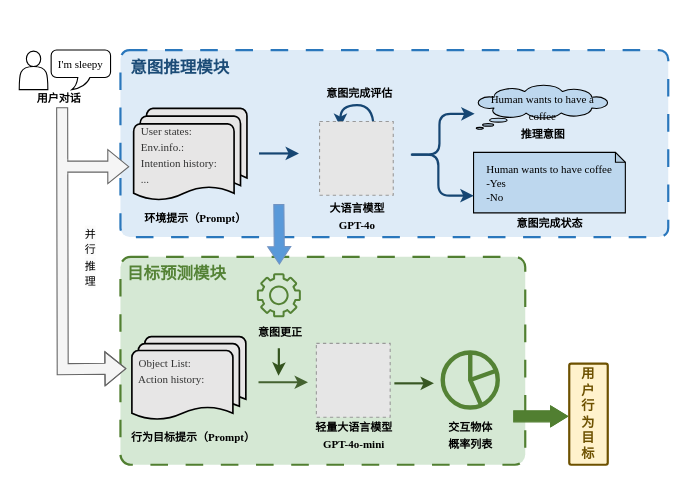
Above: 缺少迭代修正模块的框架.drawio in Rinco1018/project_test (draw.io), before the change. Source tidied: cells renumbered, new cells numbered last; positions are measured from the earlier drawing's top-left corner, leaving out a move shared by most shapes. Both pictures are drawn from the tidied source at 110%, with x=0, y=0 at pixel (19, 19). Pictures stored in the file or linked from it are replaced by grey dashed boxes.
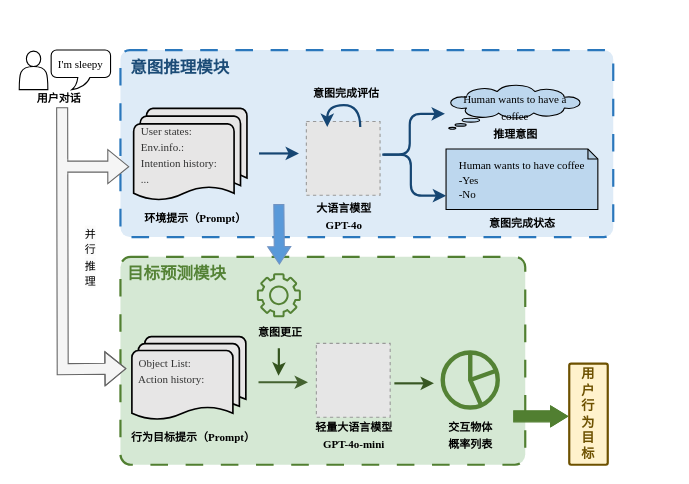
After the change.

Commit message (it also covers changes not shown here):
更新缺少迭代修正模块的框架.drawio

Diff of the diagram source:
```diff
@@
     <mxCell id="3" style="rounded=1;arcSize=5;whiteSpace=wrap;html=1;fillColor=light-dark(#deebf7, #1d293b);strokeColor=light-dark(#2a77bc, #5c79a3);strokeWidth=2;dashed=1;dashPattern=8 8;" parent="1" vertex="1">
-      <mxGeometry x="92" y="28" width="498" height="170" as="geometry" />
+      <mxGeometry x="92" y="28" width="448" height="170" as="geometry" />
     </mxCell>
@@
-    <mxCell id="12" style="group;fontStyle=4;" parent="1" vertex="1">
-      <mxGeometry x="258" y="63" width="149" height="165" as="geometry" />
-    </mxCell>
-    <mxCell id="13" style="group;fontStyle=0;strokeWidth=1;" parent="12" vertex="1">
-      <mxGeometry width="149" height="165" as="geometry" />
-    </mxCell>
-    <mxCell id="14" value="&lt;font style=&quot;font-size: 10px;&quot;&gt;&lt;font style=&quot;&quot; face=&quot;Times New Roman&quot;&gt;&lt;b style=&quot;&quot;&gt;大语言模型&lt;/b&gt;&lt;/font&gt;&lt;br&gt;&lt;/font&gt;&lt;div&gt;&lt;b&gt;&lt;font style=&quot;font-size: 10px;&quot; face=&quot;Times New Roman&quot;&gt;GPT-4o&lt;/font&gt;&lt;/b&gt;&lt;/div&gt;" style="text;html=1;align=center;verticalAlign=middle;strokeColor=none;fillColor=none;" parent="13" vertex="1">
-      <mxGeometry x="15" y="95" width="68" height="41" as="geometry" />
-    </mxCell>
-    <mxCell id="15" style="edgeStyle=orthogonalEdgeStyle;rounded=1;orthogonalLoop=1;jettySize=auto;html=1;fillColor=#1ba1e2;strokeColor=light-dark(#164673, #51afe7);curved=0;entryX=0.001;entryY=0.716;entryDx=0;entryDy=0;entryPerimeter=0;strokeWidth=2;" parent="13" edge="1">
-      <mxGeometry relative="1" as="geometry">
-        <mxPoint x="99" y="60" as="sourcePoint" />
-        <mxPoint x="156" y="23" as="targetPoint" />
-        <Array as="points">
-          <mxPoint x="124" y="60" />
-          <mxPoint x="124" y="23" />
-        </Array>
-      </mxGeometry>
-    </mxCell>
-    <mxCell id="16" style="curved=1;endArrow=classic;html=1;rounded=0;strokeWidth=2;strokeColor=light-dark(#164673, #ededed);" parent="13" edge="1">
-      <mxGeometry relative="1" as="geometry">
-        <mxPoint x="64" y="35" as="sourcePoint" />
-        <mxPoint x="34" y="35" as="targetPoint" />
-        <Array as="points">
-          <mxPoint x="64" y="15" />
-          <mxPoint x="34" y="15" />
-        </Array>
-      </mxGeometry>
-    </mxCell>
@@
     <mxCell id="21" style="fillColor=#E6E6E6;strokeColor=#999999;dashed=1;html=1;verticalAlign=top;verticalLabelPosition=bottom;labelBackgroundColor=#ffffff;" parent="1" vertex="1">
-      <mxGeometry x="273" y="93" width="67" height="67" as="geometry" />
+      <mxGeometry x="261" y="93" width="67" height="67" as="geometry" />
     </mxCell>
     <mxCell id="22" value="&lt;div style=&quot;text-align: center; line-height: 100%;&quot;&gt;&lt;span style=&quot;background-color: transparent; color: light-dark(rgb(0, 0, 0), rgb(255, 255, 255)); font-family: &amp;quot;Times New Roman&amp;quot;;&quot;&gt;&lt;font style=&quot;font-size: 10px;&quot;&gt;&amp;nbsp; &amp;nbsp; &lt;/font&gt;&lt;/span&gt;&lt;span style=&quot;background-color: transparent; color: light-dark(rgb(0, 0, 0), rgb(255, 255, 255)); font-family: &amp;quot;Times New Roman&amp;quot;; font-size: 10px;&quot;&gt;Human wants to have coffee&lt;/span&gt;&lt;/div&gt;&lt;div style=&quot;line-height: 100%;&quot;&gt;&lt;font style=&quot;font-size: 10px;&quot;&gt;&lt;span style=&quot;font-family: &amp;quot;Times New Roman&amp;quot;; background-color: transparent; color: light-dark(rgb(0, 0, 0), rgb(255, 255, 255));&quot;&gt;&amp;nbsp; &amp;nbsp; -Yes&lt;/span&gt;&lt;/font&gt;&lt;/div&gt;&lt;div style=&quot;line-height: 100%;&quot;&gt;&lt;font face=&quot;Times New Roman&quot;&gt;&lt;span style=&quot;font-size: 10px;&quot;&gt;&amp;nbsp; &amp;nbsp; -No&lt;/span&gt;&lt;/font&gt;&lt;/div&gt;" style="shape=note;whiteSpace=wrap;html=1;backgroundOutline=1;darkOpacity=0.05;align=left;size=9;fillColor=light-dark(#bdd7ee, #ededed);" parent="1" vertex="1">
-      <mxGeometry x="413" y="121" width="138" height="55" as="geometry" />
+      <mxGeometry x="388" y="118" width="138" height="55" as="geometry" />
     </mxCell>
-    <mxCell id="23" style="edgeStyle=orthogonalEdgeStyle;rounded=1;jettySize=auto;html=1;fillColor=#1ba1e2;strokeColor=light-dark(#164673, #51afe7);curved=0;entryX=0.001;entryY=0.716;entryDx=0;entryDy=0;entryPerimeter=0;strokeWidth=2;" parent="1" edge="1" target="22">
+    <mxCell id="23" style="edgeStyle=orthogonalEdgeStyle;rounded=1;orthogonalLoop=1;jettySize=auto;html=1;fillColor=#1ba1e2;strokeColor=light-dark(#164673, #51afe7);curved=0;entryX=0.001;entryY=0.716;entryDx=0;entryDy=0;entryPerimeter=0;strokeWidth=2;" parent="1" edge="1">
       <mxGeometry relative="1" as="geometry">
-        <mxPoint x="356" y="123" as="sourcePoint" />
+        <mxPoint x="331" y="123" as="sourcePoint" />
+        <mxPoint x="388.1" y="160.4" as="targetPoint" />
         <Array as="points">
-          <mxPoint x="381" y="123" />
-          <mxPoint x="381" y="160" />
+          <mxPoint x="356" y="123" />
+          <mxPoint x="356" y="160" />
         </Array>
       </mxGeometry>
     </mxCell>
@@
     <mxCell id="36" style="group;" parent="1" vertex="1">
-      <mxGeometry x="410.5" width="135" height="130" as="geometry" />
+      <mxGeometry x="385.5" width="135" height="130" as="geometry" />
     </mxCell>
@@
     <mxCell id="47" value="&lt;b&gt;&lt;font style=&quot;font-size: 10px;&quot; face=&quot;Times New Roman&quot;&gt;意图完成评估&lt;/font&gt;&lt;/b&gt;" style="text;html=1;align=center;verticalAlign=middle;strokeColor=none;fillColor=none;" parent="1" vertex="1">
-      <mxGeometry x="270.1" y="54" width="78" height="26" as="geometry" />
+      <mxGeometry x="258.1" y="54" width="78" height="26" as="geometry" />
     </mxCell>
     <mxCell id="48" value="&lt;b&gt;&lt;font style=&quot;font-size: 10px;&quot; face=&quot;Times New Roman&quot;&gt;意图完成状态&lt;/font&gt;&lt;/b&gt;" style="text;html=1;align=center;verticalAlign=middle;strokeColor=none;fillColor=none;" parent="1" vertex="1">
-      <mxGeometry x="443" y="172" width="78" height="26" as="geometry" />
+      <mxGeometry x="418" y="172" width="78" height="26" as="geometry" />
     </mxCell>
@@
+    <mxCell id="14" value="&lt;font style=&quot;font-size: 10px;&quot;&gt;&lt;font style=&quot;&quot; face=&quot;Times New Roman&quot;&gt;&lt;b style=&quot;&quot;&gt;大语言模型&lt;/b&gt;&lt;/font&gt;&lt;br&gt;&lt;/font&gt;&lt;div&gt;&lt;b&gt;&lt;font style=&quot;font-size: 10px;&quot; face=&quot;Times New Roman&quot;&gt;GPT-4o&lt;/font&gt;&lt;/b&gt;&lt;/div&gt;" style="text;html=1;align=center;verticalAlign=middle;strokeColor=none;fillColor=none;" parent="1" vertex="1">
+      <mxGeometry x="261" y="158" width="68" height="41" as="geometry" />
+    </mxCell>
+    <mxCell id="15" style="edgeStyle=orthogonalEdgeStyle;rounded=1;orthogonalLoop=1;jettySize=auto;html=1;fillColor=#1ba1e2;strokeColor=light-dark(#164673, #51afe7);curved=0;entryX=0.001;entryY=0.716;entryDx=0;entryDy=0;entryPerimeter=0;strokeWidth=2;" parent="1" edge="1">
+      <mxGeometry relative="1" as="geometry">
+        <mxPoint x="330" y="123" as="sourcePoint" />
+        <mxPoint x="387" y="86" as="targetPoint" />
+        <Array as="points">
+          <mxPoint x="355" y="123" />
+          <mxPoint x="355" y="86" />
+        </Array>
+      </mxGeometry>
+    </mxCell>
+    <mxCell id="16" style="curved=1;endArrow=classic;html=1;rounded=0;strokeWidth=2;strokeColor=light-dark(#164673, #ededed);" parent="1" edge="1">
+      <mxGeometry relative="1" as="geometry">
+        <mxPoint x="310" y="98" as="sourcePoint" />
+        <mxPoint x="280" y="98" as="targetPoint" />
+        <Array as="points">
+          <mxPoint x="310" y="78" />
+          <mxPoint x="280" y="78" />
+        </Array>
+      </mxGeometry>
+    </mxCell>
```
